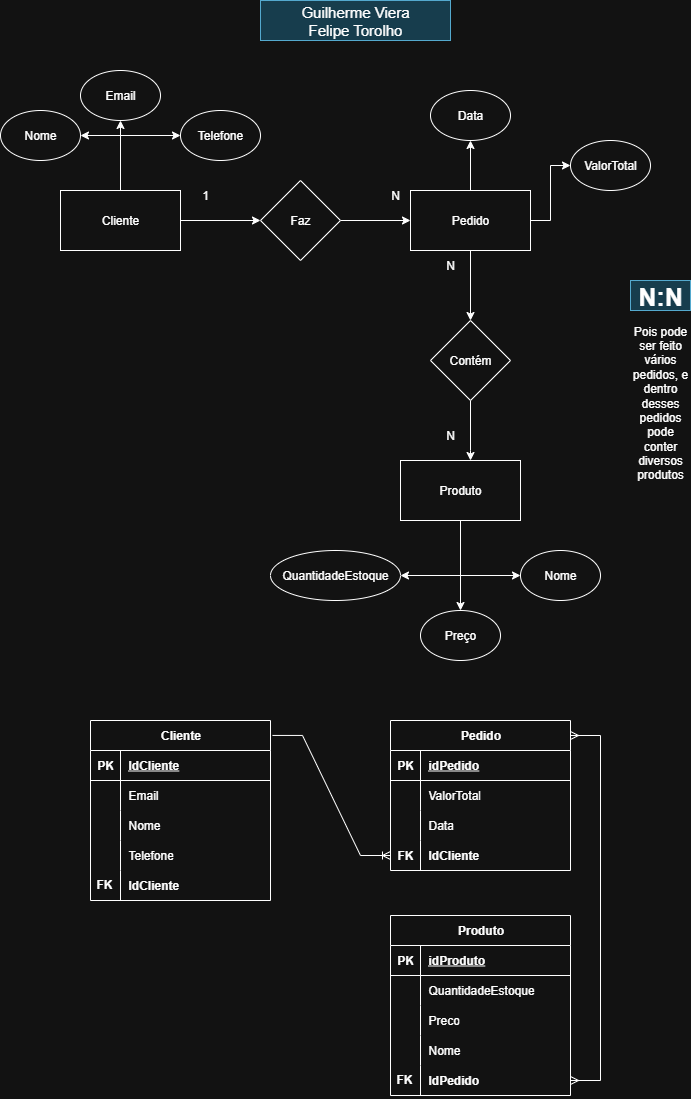
Above: DER-loja_online.drawio (1).png in FelipeTorolho/Banco-de-Dados (draw.io), before the change. Source tidied: cells renumbered, new cells last; positions are measured from the earlier drawing's top-left corner, leaving out a move shared by most shapes.
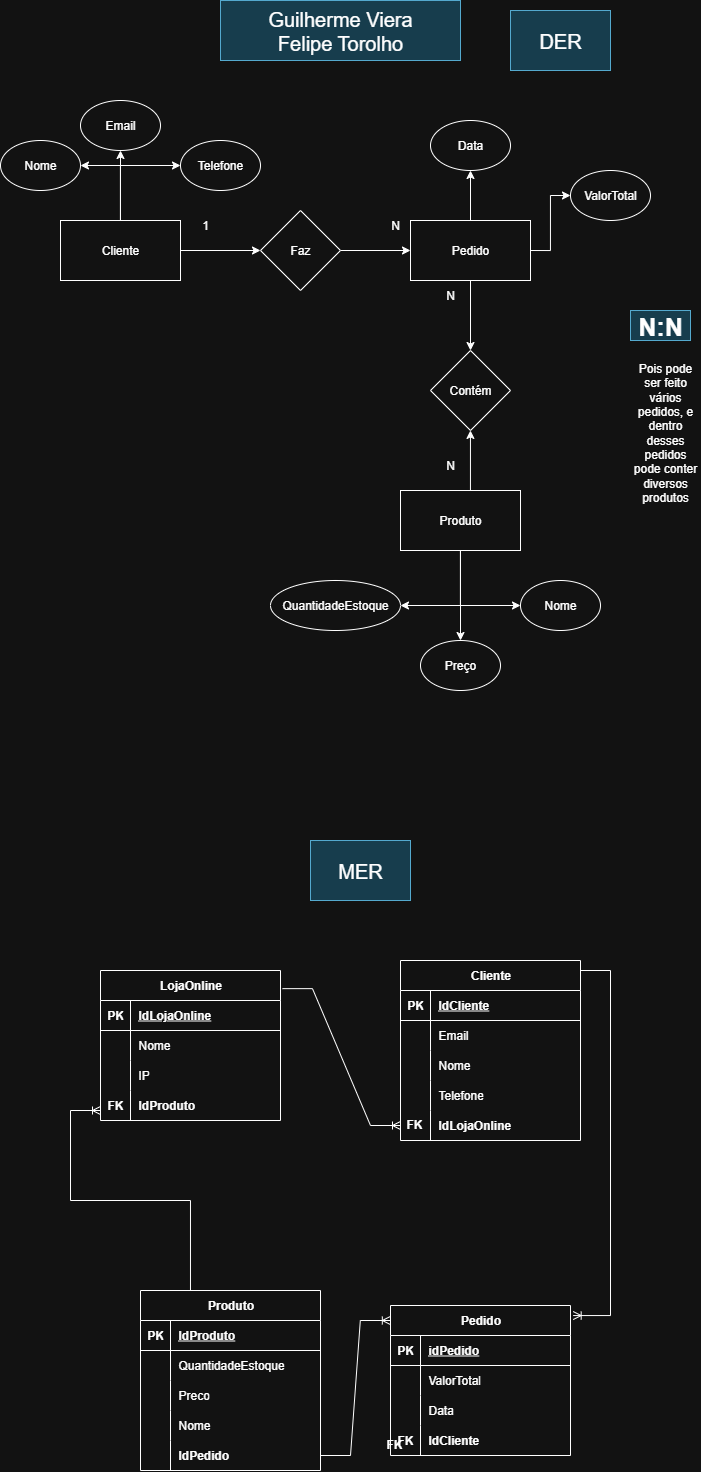
The same diagram one commit later.

Commit message:
Finalizado o modelo logico da loja online

What changed in the source:
```diff
@@ -26,6 +26,13 @@
     <mxCell id="9" style="edgeStyle=orthogonalEdgeStyle;rounded=0;jettySize=auto;html=1;entryX=1;entryY=0.5;entryDx=0;entryDy=0;" parent="1" edge="1" source="10" target="29">
       <mxGeometry relative="1" as="geometry" />
     </mxCell>
+    <mxCell id="83" style="edgeStyle=orthogonalEdgeStyle;rounded=0;jettySize=auto;html=1;exitX=0.5;exitY=0;exitDx=0;exitDy=0;" parent="1" edge="1" source="10" target="25">
+      <mxGeometry relative="1" as="geometry">
+        <Array as="points">
+          <mxPoint x="470" y="460" />
+        </Array>
+      </mxGeometry>
+    </mxCell>
     <mxCell id="10" value="Produto" style="rounded=0;whiteSpace=wrap;html=1;" parent="1" vertex="1">
       <mxGeometry x="400" y="460" width="120" height="60" as="geometry" />
     </mxCell>
@@ -68,14 +75,6 @@
     <mxCell id="23" value="N" style="text;html=1;align=center;verticalAlign=middle;whiteSpace=wrap;rounded=0;" parent="1" vertex="1">
       <mxGeometry x="420" y="250" width="60" height="30" as="geometry" />
     </mxCell>
-    <mxCell id="24" style="edgeStyle=orthogonalEdgeStyle;rounded=0;jettySize=auto;html=1;" parent="1" edge="1" source="25" target="10">
-      <mxGeometry relative="1" as="geometry">
-        <Array as="points">
-          <mxPoint x="470" y="450" />
-          <mxPoint x="470" y="450" />
-        </Array>
-      </mxGeometry>
-    </mxCell>
     <mxCell id="25" value="Contém" style="rhombus;whiteSpace=wrap;html=1;rounded=0;" parent="1" vertex="1">
       <mxGeometry x="430" y="320" width="80" height="80" as="geometry" />
     </mxCell>
@@ -95,16 +94,16 @@
       <mxGeometry x="420" y="610" width="80" height="50" as="geometry" />
     </mxCell>
     <mxCell id="31" value="&lt;br&gt;&lt;div&gt;Pois pode ser feito vários pedidos, e dentro desses pedidos pode conter diversos produtos&lt;/div&gt;" style="text;html=1;align=center;verticalAlign=middle;whiteSpace=wrap;rounded=0;" parent="1" vertex="1">
-      <mxGeometry x="630" y="380" width="60" height="30" as="geometry" />
+      <mxGeometry x="630" y="380" width="70" height="30" as="geometry" />
     </mxCell>
     <mxCell id="32" value="&lt;font style=&quot;font-size: 25px; line-height: 160%;&quot;&gt;&lt;b&gt;N:N&lt;/b&gt;&lt;/font&gt;" style="text;html=1;align=center;verticalAlign=middle;whiteSpace=wrap;rounded=0;fillColor=#b1ddf0;strokeColor=#10739e;" parent="1" vertex="1">
       <mxGeometry x="630" y="280" width="60" height="30" as="geometry" />
     </mxCell>
-    <mxCell id="33" value="&lt;font style=&quot;font-size: 15px;&quot;&gt;Guilherme Viera&lt;/font&gt;&lt;div&gt;&lt;font style=&quot;font-size: 15px;&quot;&gt;Felipe Torolho&lt;/font&gt;&lt;/div&gt;" style="text;html=1;align=center;verticalAlign=middle;whiteSpace=wrap;rounded=0;fillColor=#b1ddf0;strokeColor=#10739e;" parent="1" vertex="1">
-      <mxGeometry x="260" width="190" height="40" as="geometry" />
+    <mxCell id="33" value="&lt;font style=&quot;font-size: 20px;&quot;&gt;Guilherme Viera&lt;/font&gt;&lt;div&gt;&lt;font style=&quot;font-size: 20px;&quot;&gt;Felipe Torolho&lt;/font&gt;&lt;/div&gt;" style="text;html=1;align=center;verticalAlign=middle;whiteSpace=wrap;rounded=0;fillColor=#b1ddf0;strokeColor=#10739e;" parent="1" vertex="1">
+      <mxGeometry x="220" y="-30" width="240" height="60" as="geometry" />
     </mxCell>
     <mxCell id="34" value="Produto" style="shape=table;startSize=30;rowLines=0;fontStyle=1;align=center;html=1;" parent="1" vertex="1">
-      <mxGeometry x="390" y="915" width="180" height="180" as="geometry" />
+      <mxGeometry x="140" y="1260" width="180" height="180" as="geometry" />
     </mxCell>
     <mxCell id="35" style="shape=tableRow;horizontal=0;startSize=0;swimlaneHead=0;swimlaneBody=0;fillColor=none;top=0;left=0;right=0;bottom=1;" parent="34" vertex="1">
       <mxGeometry y="30" width="180" height="30" as="geometry" />
@@ -112,7 +111,7 @@
     <mxCell id="36" value="PK" style="shape=partialRectangle;fillColor=none;top=0;left=0;bottom=0;right=0;fontStyle=1;overflow=hidden;whiteSpace=wrap;html=1;" parent="35" vertex="1">
       <mxGeometry width="30" height="30" as="geometry" />
     </mxCell>
-    <mxCell id="37" value="idProduto" style="shape=partialRectangle;fillColor=none;top=0;left=0;bottom=0;right=0;align=left;spacingLeft=6;fontStyle=5;overflow=hidden;whiteSpace=wrap;html=1;" parent="35" vertex="1">
+    <mxCell id="37" value="IdProduto" style="shape=partialRectangle;fillColor=none;top=0;left=0;bottom=0;right=0;align=left;spacingLeft=6;fontStyle=5;overflow=hidden;whiteSpace=wrap;html=1;" parent="35" vertex="1">
       <mxGeometry x="30" width="150" height="30" as="geometry" />
     </mxCell>
     <mxCell id="38" style="shape=tableRow;horizontal=0;startSize=0;swimlaneHead=0;swimlaneBody=0;fillColor=none;top=0;left=0;right=0;bottom=0;" parent="34" vertex="1">
@@ -152,7 +151,7 @@
       <mxGeometry x="30" width="150" height="30" as="geometry" />
     </mxCell>
     <mxCell id="50" value="Pedido" style="shape=table;startSize=30;rowLines=0;fontStyle=1;align=center;html=1;" parent="1" vertex="1">
-      <mxGeometry x="390" y="720" width="180" height="150" as="geometry" />
+      <mxGeometry x="390" y="1275" width="180" height="150" as="geometry" />
     </mxCell>
     <mxCell id="51" style="shape=tableRow;horizontal=0;startSize=0;swimlaneHead=0;swimlaneBody=0;fillColor=none;top=0;left=0;right=0;bottom=1;" parent="50" vertex="1">
       <mxGeometry y="30" width="180" height="30" as="geometry" />
@@ -190,22 +189,79 @@
     <mxCell id="62" value="&lt;b&gt;IdCliente&lt;/b&gt;" style="shape=partialRectangle;fillColor=none;top=0;left=0;bottom=0;right=0;align=left;spacingLeft=6;overflow=hidden;whiteSpace=wrap;html=1;" parent="60" vertex="1">
       <mxGeometry x="30" width="150" height="30" as="geometry" />
     </mxCell>
-    <mxCell id="63" style="edgeStyle=entityRelationEdgeStyle;fontSize=12;html=1;endArrow=ERoneToMany;rounded=0;entryX=0;entryY=0.5;entryDx=0;entryDy=0;exitX=1.011;exitY=0.083;exitDx=0;exitDy=0;exitPerimeter=0;" parent="1" edge="1" source="67" target="60">
-      <mxGeometry relative="1" as="geometry" />
-    </mxCell>
     <mxCell id="64" value="&lt;b&gt;FK&lt;/b&gt;" style="text;strokeColor=none;fillColor=none;spacingLeft=4;spacingRight=4;overflow=hidden;fontSize=12;whiteSpace=wrap;html=1;" parent="1" vertex="1">
-      <mxGeometry x="90" y="870" width="40" height="30" as="geometry" />
+      <mxGeometry x="400" y="1080" width="40" height="30" as="geometry" />
     </mxCell>
     <mxCell id="65" value="&lt;b&gt;FK&lt;/b&gt;" style="text;strokeColor=none;fillColor=none;spacingLeft=4;spacingRight=4;overflow=hidden;fontSize=12;whiteSpace=wrap;html=1;" parent="1" vertex="1">
-      <mxGeometry x="390" y="1065" width="40" height="30" as="geometry" />
+      <mxGeometry x="380" y="1400" width="40" height="30" as="geometry" />
     </mxCell>
-    <mxCell id="66" style="edgeStyle=entityRelationEdgeStyle;fontSize=12;html=1;endArrow=ERmany;startArrow=ERmany;rounded=0;entryX=1;entryY=0.5;entryDx=0;entryDy=0;" parent="1" edge="1" target="47">
-      <mxGeometry relative="1" as="geometry">
-        <mxPoint x="570" y="735" as="sourcePoint" />
-      </mxGeometry>
-    </mxCell>
+    <mxCell id="84" value="LojaOnline" style="shape=table;startSize=30;rowLines=0;fontStyle=1;align=center;html=1;" parent="1" vertex="1">
+      <mxGeometry x="100" y="940" width="180" height="150" as="geometry" />
+    </mxCell>
+    <mxCell id="85" style="shape=tableRow;horizontal=0;startSize=0;swimlaneHead=0;swimlaneBody=0;fillColor=none;top=0;left=0;right=0;bottom=1;" parent="84" vertex="1">
+      <mxGeometry y="30" width="180" height="30" as="geometry" />
+    </mxCell>
+    <mxCell id="86" value="PK" style="shape=partialRectangle;fillColor=none;top=0;left=0;bottom=0;right=0;fontStyle=1;overflow=hidden;whiteSpace=wrap;html=1;" parent="85" vertex="1">
+      <mxGeometry width="30" height="30" as="geometry" />
+    </mxCell>
+    <mxCell id="87" value="IdLojaOnline" style="shape=partialRectangle;fillColor=none;top=0;left=0;bottom=0;right=0;align=left;spacingLeft=6;fontStyle=5;overflow=hidden;whiteSpace=wrap;html=1;" parent="85" vertex="1">
+      <mxGeometry x="30" width="150" height="30" as="geometry" />
+    </mxCell>
+    <mxCell id="88" style="shape=tableRow;horizontal=0;startSize=0;swimlaneHead=0;swimlaneBody=0;fillColor=none;top=0;left=0;right=0;bottom=0;" parent="84" vertex="1">
+      <mxGeometry y="60" width="180" height="30" as="geometry" />
+    </mxCell>
+    <mxCell id="89" style="shape=partialRectangle;fillColor=none;top=0;left=0;bottom=0;right=0;overflow=hidden;whiteSpace=wrap;html=1;" parent="88" vertex="1">
+      <mxGeometry width="30" height="30" as="geometry" />
+    </mxCell>
+    <mxCell id="90" value="Nome" style="shape=partialRectangle;fillColor=none;top=0;left=0;bottom=0;right=0;align=left;spacingLeft=6;overflow=hidden;whiteSpace=wrap;html=1;" parent="88" vertex="1">
+      <mxGeometry x="30" width="150" height="30" as="geometry" />
+    </mxCell>
+    <mxCell id="91" style="shape=tableRow;horizontal=0;startSize=0;swimlaneHead=0;swimlaneBody=0;fillColor=none;top=0;left=0;right=0;bottom=0;" parent="84" vertex="1">
+      <mxGeometry y="90" width="180" height="30" as="geometry" />
+    </mxCell>
+    <mxCell id="92" style="shape=partialRectangle;fillColor=none;top=0;left=0;bottom=0;right=0;overflow=hidden;whiteSpace=wrap;html=1;" parent="91" vertex="1">
+      <mxGeometry width="30" height="30" as="geometry" />
+    </mxCell>
+    <mxCell id="93" value="IP" style="shape=partialRectangle;fillColor=none;top=0;left=0;bottom=0;right=0;align=left;spacingLeft=6;overflow=hidden;whiteSpace=wrap;html=1;" parent="91" vertex="1">
+      <mxGeometry x="30" width="150" height="30" as="geometry" />
+    </mxCell>
+    <mxCell id="94" style="shape=tableRow;horizontal=0;startSize=0;swimlaneHead=0;swimlaneBody=0;fillColor=none;top=0;left=0;right=0;bottom=0;" parent="84" vertex="1">
+      <mxGeometry y="120" width="180" height="30" as="geometry" />
+    </mxCell>
+    <mxCell id="95" value="&lt;b&gt;FK&lt;/b&gt;" style="shape=partialRectangle;fillColor=none;top=0;left=0;bottom=0;right=0;overflow=hidden;whiteSpace=wrap;html=1;" parent="94" vertex="1">
+      <mxGeometry width="30" height="30" as="geometry" />
+    </mxCell>
+    <mxCell id="96" value="&lt;b&gt;IdProduto&lt;/b&gt;" style="shape=partialRectangle;fillColor=none;top=0;left=0;bottom=0;right=0;align=left;spacingLeft=6;overflow=hidden;whiteSpace=wrap;html=1;" parent="94" vertex="1">
+      <mxGeometry x="30" width="150" height="30" as="geometry" />
+    </mxCell>
+    <mxCell id="97" style="edgeStyle=entityRelationEdgeStyle;fontSize=12;html=1;endArrow=ERoneToMany;rounded=0;entryX=0;entryY=0.5;entryDx=0;entryDy=0;exitX=1.011;exitY=0.121;exitDx=0;exitDy=0;exitPerimeter=0;" parent="1" edge="1" source="84" target="80">
+      <mxGeometry relative="1" as="geometry">
+        <Array as="points">
+          <mxPoint x="287" y="965" />
+          <mxPoint x="337" y="1050" />
+        </Array>
+      </mxGeometry>
+    </mxCell>
+    <mxCell id="98" value="&lt;span style=&quot;font-size: 20px;&quot;&gt;DER&lt;/span&gt;" style="text;html=1;align=center;verticalAlign=middle;whiteSpace=wrap;rounded=0;fillColor=#b1ddf0;strokeColor=#10739e;" parent="1" vertex="1">
+      <mxGeometry x="510" y="-20" width="100" height="60" as="geometry" />
+    </mxCell>
+    <mxCell id="99" style="edgeStyle=entityRelationEdgeStyle;fontSize=12;html=1;endArrow=ERoneToMany;rounded=0;exitX=0.111;exitY=0;exitDx=0;exitDy=0;exitPerimeter=0;" parent="1" edge="1" source="34">
+      <mxGeometry relative="1" as="geometry">
+        <mxPoint x="100" y="1080" as="targetPoint" />
+        <Array as="points">
+          <mxPoint x="360" y="1150" />
+          <mxPoint x="270" y="1160" />
+        </Array>
+      </mxGeometry>
+    </mxCell>
+    <mxCell id="100" style="edgeStyle=entityRelationEdgeStyle;fontSize=12;html=1;endArrow=ERoneToMany;rounded=0;exitX=1;exitY=0.5;exitDx=0;exitDy=0;entryX=-0.001;entryY=0.1;entryDx=0;entryDy=0;entryPerimeter=0;" parent="1" edge="1" source="47" target="50">
+      <mxGeometry relative="1" as="geometry" />
+    </mxCell>
+    <mxCell id="101" value="&lt;span style=&quot;font-size: 20px;&quot;&gt;MER&lt;/span&gt;" style="text;html=1;align=center;verticalAlign=middle;whiteSpace=wrap;rounded=0;fillColor=#b1ddf0;strokeColor=#10739e;" parent="1" vertex="1">
+      <mxGeometry x="310" y="810" width="100" height="60" as="geometry" />
+    </mxCell>
     <mxCell id="67" value="Cliente" style="shape=table;startSize=30;rowLines=0;fontStyle=1;align=center;html=1;" parent="1" vertex="1">
-      <mxGeometry x="90" y="720" width="180" height="180" as="geometry" />
+      <mxGeometry x="400" y="930" width="180" height="180" as="geometry" />
     </mxCell>
     <mxCell id="68" style="shape=tableRow;horizontal=0;startSize=0;swimlaneHead=0;swimlaneBody=0;fillColor=none;top=0;left=0;right=0;bottom=1;" parent="67" vertex="1">
       <mxGeometry y="30" width="180" height="30" as="geometry" />
@@ -249,8 +305,13 @@
     <mxCell id="81" style="shape=partialRectangle;fillColor=none;top=0;left=0;bottom=0;right=0;overflow=hidden;whiteSpace=wrap;html=1;" parent="80" vertex="1">
       <mxGeometry width="30" height="30" as="geometry" />
     </mxCell>
-    <mxCell id="82" value="&lt;b&gt;IdCliente&lt;/b&gt;" style="shape=partialRectangle;fillColor=none;top=0;left=0;bottom=0;right=0;align=left;spacingLeft=6;overflow=hidden;whiteSpace=wrap;html=1;" parent="80" vertex="1">
+    <mxCell id="82" value="&lt;b&gt;IdLojaOnline&lt;/b&gt;" style="shape=partialRectangle;fillColor=none;top=0;left=0;bottom=0;right=0;align=left;spacingLeft=6;overflow=hidden;whiteSpace=wrap;html=1;" parent="80" vertex="1">
       <mxGeometry x="30" width="150" height="30" as="geometry" />
     </mxCell>
+    <mxCell id="102" style="edgeStyle=entityRelationEdgeStyle;fontSize=12;html=1;endArrow=ERoneToMany;rounded=0;entryX=1.015;entryY=0.067;entryDx=0;entryDy=0;entryPerimeter=0;" parent="1" edge="1" target="50">
+      <mxGeometry relative="1" as="geometry">
+        <mxPoint x="580" y="940" as="sourcePoint" />
+      </mxGeometry>
+    </mxCell>
   </root>
 </mxGraphModel>
```
